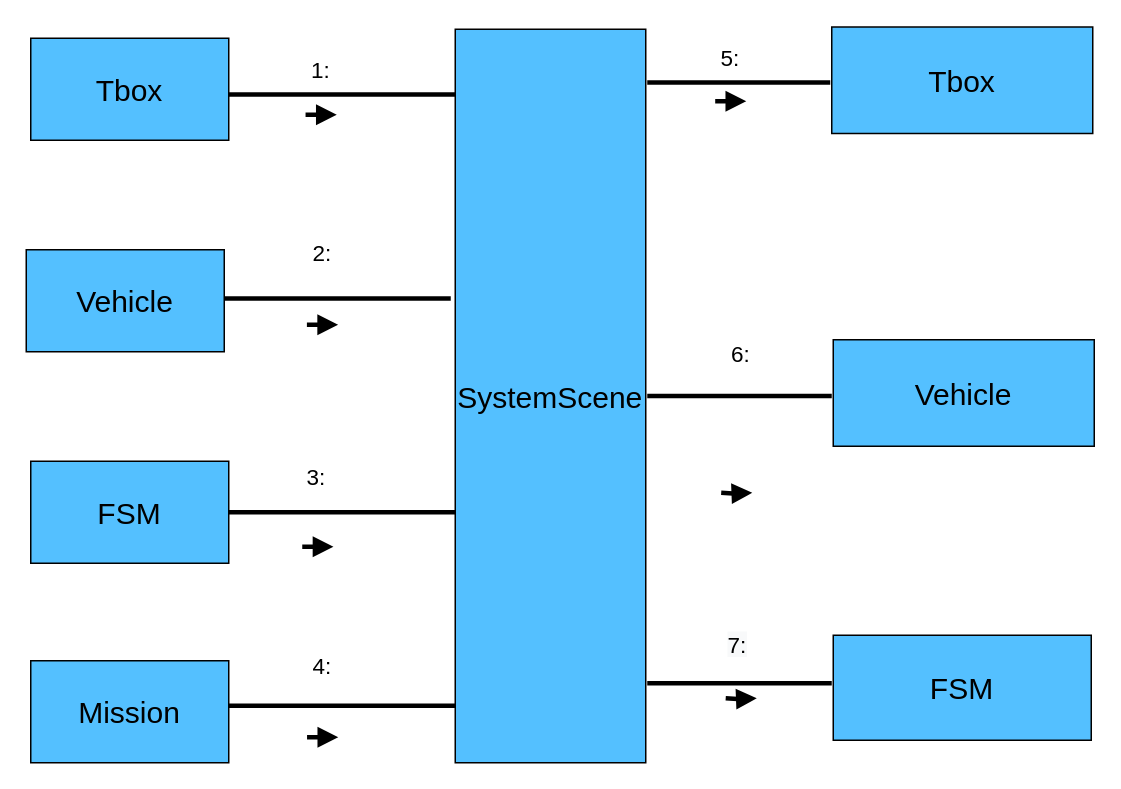
CodePorterW/DrawIo keeps this draw.io diagram as systemcene输入输出图.drawio. Above is the earlier version. Source tidied: cells renumbered, new cells numbered last; positions are measured from the earlier drawing's top-left corner, leaving out a move shared by most shapes. Both pictures are drawn from the tidied source at 150%, with x=0, y=0 at pixel (26, 26).
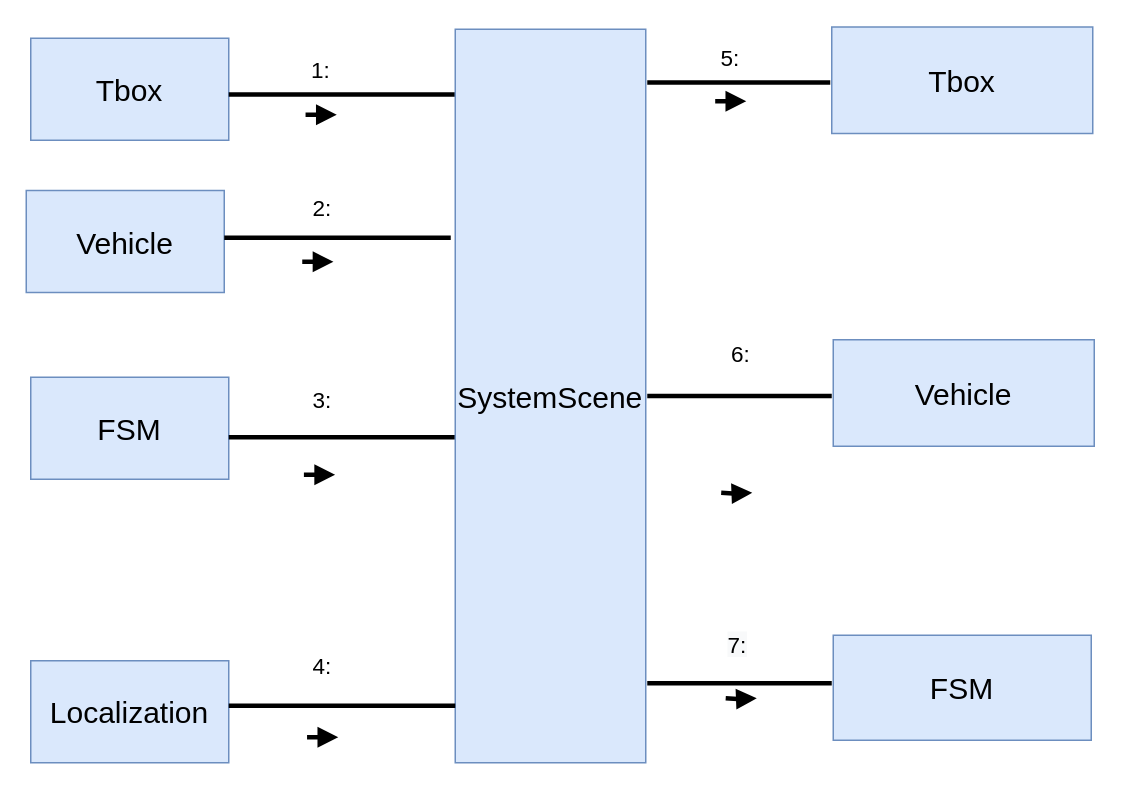
The same page after the edit.

Commit message:
更新systemcene输入输出图.drawio

Diff of the diagram source:
```diff
@@
-    <mxCell id="2" value="Tbox" style="rounded=0;whiteSpace=wrap;html=1;fontSize=20;fillColor=#54C0FF;" parent="1" vertex="1">
+    <mxCell id="2" value="Tbox" style="rounded=0;whiteSpace=wrap;html=1;fontSize=20;fillColor=#dae8fc;strokeColor=#6c8ebf;" parent="1" vertex="1">
       <mxGeometry x="3" y="8" width="132" height="68" as="geometry" />
     </mxCell>
-    <mxCell id="3" value="FSM" style="rounded=0;whiteSpace=wrap;html=1;fontSize=20;fillColor=#54C0FF;" parent="1" vertex="1">
-      <mxGeometry x="3" y="290" width="132" height="68" as="geometry" />
+    <mxCell id="3" value="FSM" style="rounded=0;whiteSpace=wrap;html=1;fontSize=20;fillColor=#dae8fc;strokeColor=#6c8ebf;" parent="1" vertex="1">
+      <mxGeometry x="3" y="234" width="132" height="68" as="geometry" />
     </mxCell>
-    <mxCell id="4" value="Tbox" style="rounded=0;whiteSpace=wrap;html=1;fontSize=20;fillColor=#54C0FF;" parent="1" vertex="1">
+    <mxCell id="4" value="Tbox" style="rounded=0;whiteSpace=wrap;html=1;fontSize=20;fillColor=#dae8fc;strokeColor=#6c8ebf;" parent="1" vertex="1">
       <mxGeometry x="537" y="0.5" width="174" height="71" as="geometry" />
     </mxCell>
-    <mxCell id="5" value="FSM" style="rounded=0;whiteSpace=wrap;html=1;fontSize=20;fillColor=#54C0FF;" parent="1" vertex="1">
+    <mxCell id="5" value="FSM" style="rounded=0;whiteSpace=wrap;html=1;fontSize=20;fillColor=#dae8fc;strokeColor=#6c8ebf;" parent="1" vertex="1">
       <mxGeometry x="538" y="406" width="172" height="70" as="geometry" />
     </mxCell>
@@
     <mxCell id="7" style="line;strokeWidth=3;fillColor=none;align=left;verticalAlign=middle;spacingTop=-1;spacingLeft=3;spacingRight=3;labelPosition=right;fontSize=20;" parent="1" vertex="1">
-      <mxGeometry x="135" y="320" width="151" height="8" as="geometry" />
+      <mxGeometry x="135" y="270" width="151" height="8" as="geometry" />
     </mxCell>
@@
     <mxCell id="9" value="&lt;font style=&quot;font-size: 15px&quot;&gt;3:&lt;/font&gt;" style="text;html=1;align=center;verticalAlign=middle;strokeColor=none;fillColor=none;fontSize=20;" parent="1" vertex="1">
-      <mxGeometry x="177" y="280" width="31" height="36" as="geometry" />
+      <mxGeometry x="181" y="228.5" width="31" height="36" as="geometry" />
     </mxCell>
@@
     <mxCell id="11" style="endArrow=block;html=1;fontSize=15;endFill=1;strokeWidth=3;rounded=0;jumpStyle=none;targetPerimeterSpacing=0;" parent="1" edge="1">
       <mxGeometry relative="1" as="geometry">
-        <mxPoint x="184" y="347" as="sourcePoint" />
-        <mxPoint x="204.8" y="347" as="targetPoint" />
+        <mxPoint x="185.1" y="299" as="sourcePoint" />
+        <mxPoint x="205.9" y="299" as="targetPoint" />
       </mxGeometry>
     </mxCell>
@@
-    <mxCell id="21" value="Vehicle" style="rounded=0;whiteSpace=wrap;html=1;fontSize=20;fillColor=#54C0FF;" parent="1" vertex="1">
-      <mxGeometry y="149" width="132" height="68" as="geometry" />
+    <mxCell id="21" value="Vehicle" style="rounded=0;whiteSpace=wrap;html=1;fontSize=20;fillColor=#dae8fc;strokeColor=#6c8ebf;" parent="1" vertex="1">
+      <mxGeometry y="109.5" width="132" height="68" as="geometry" />
     </mxCell>
     <mxCell id="22" style="line;strokeWidth=3;fillColor=none;align=left;verticalAlign=middle;spacingTop=-1;spacingLeft=3;spacingRight=3;labelPosition=right;fontSize=20;" parent="1" vertex="1">
-      <mxGeometry x="132" y="177.5" width="151" height="8" as="geometry" />
+      <mxGeometry x="132" y="138" width="151" height="6" as="geometry" />
     </mxCell>
     <mxCell id="23" value="&lt;font style=&quot;font-size: 15px&quot;&gt;2:&lt;/font&gt;" style="text;html=1;align=center;verticalAlign=middle;strokeColor=none;fillColor=none;fontSize=20;" parent="1" vertex="1">
-      <mxGeometry x="185" y="134" width="23" height="30" as="geometry" />
+      <mxGeometry x="185" y="104" width="23" height="30" as="geometry" />
     </mxCell>
     <mxCell id="24" style="endArrow=block;html=1;fontSize=15;endFill=1;strokeWidth=3;rounded=0;jumpStyle=none;targetPerimeterSpacing=0;" parent="1" edge="1">
       <mxGeometry relative="1" as="geometry">
-        <mxPoint x="187.1" y="199" as="sourcePoint" />
-        <mxPoint x="207.9" y="199" as="targetPoint" />
+        <mxPoint x="184" y="157" as="sourcePoint" />
+        <mxPoint x="204.8" y="157" as="targetPoint" />
       </mxGeometry>
     </mxCell>
-    <mxCell id="25" value="Vehicle" style="rounded=0;whiteSpace=wrap;html=1;fontSize=20;fillColor=#54C0FF;" parent="1" vertex="1">
+    <mxCell id="25" value="Vehicle" style="rounded=0;whiteSpace=wrap;html=1;fontSize=20;fillColor=#dae8fc;strokeColor=#6c8ebf;" parent="1" vertex="1">
       <mxGeometry x="538" y="209" width="174" height="71" as="geometry" />
     </mxCell>
-    <mxCell id="26" value="&lt;font style=&quot;font-size: 20px&quot;&gt;SystemScene&lt;/font&gt;" style="rounded=0;whiteSpace=wrap;html=1;fillColor=#54C0FF;" parent="1" vertex="1">
+    <mxCell id="26" value="&lt;font style=&quot;font-size: 20px&quot;&gt;SystemScene&lt;/font&gt;" style="rounded=0;whiteSpace=wrap;html=1;fillColor=#dae8fc;strokeColor=#6c8ebf;" parent="1" vertex="1">
       <mxGeometry x="286" y="2" width="127" height="489" as="geometry" />
     </mxCell>
-    <mxCell id="27" value="Mission" style="rounded=0;whiteSpace=wrap;html=1;fontSize=20;fillColor=#54C0FF;" parent="1" vertex="1">
+    <mxCell id="27" value="Localization" style="rounded=0;whiteSpace=wrap;html=1;fontSize=20;fillColor=#dae8fc;strokeColor=#6c8ebf;" parent="1" vertex="1">
       <mxGeometry x="3" y="423" width="132" height="68" as="geometry" />
     </mxCell>
```
